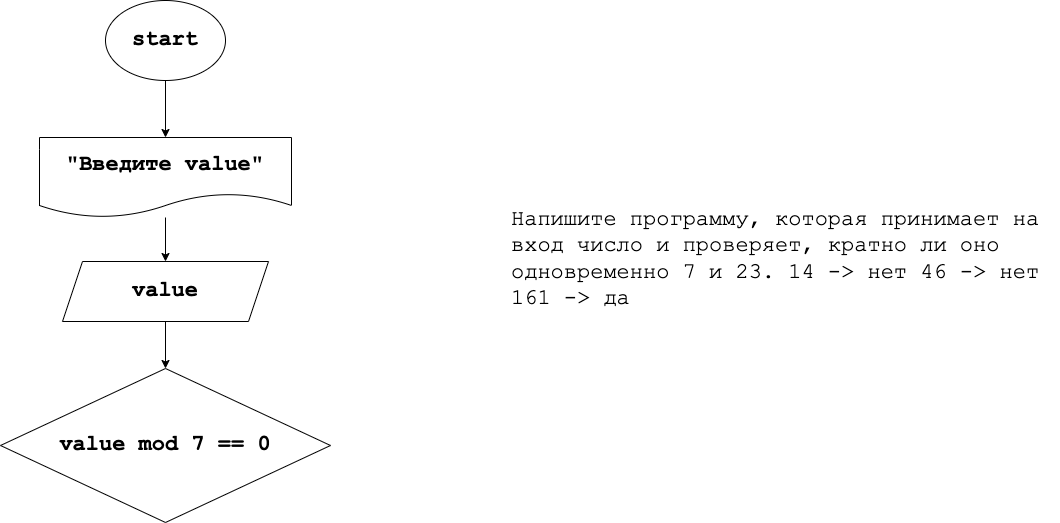
Earlier version of the draw.io export Ex003/diagram.drawio.png (JuliaSukhova/JoinJob). Source tidied: cells renumbered, new cells last; positions are measured from the earlier drawing's top-left corner, leaving out a move shared by most shapes.
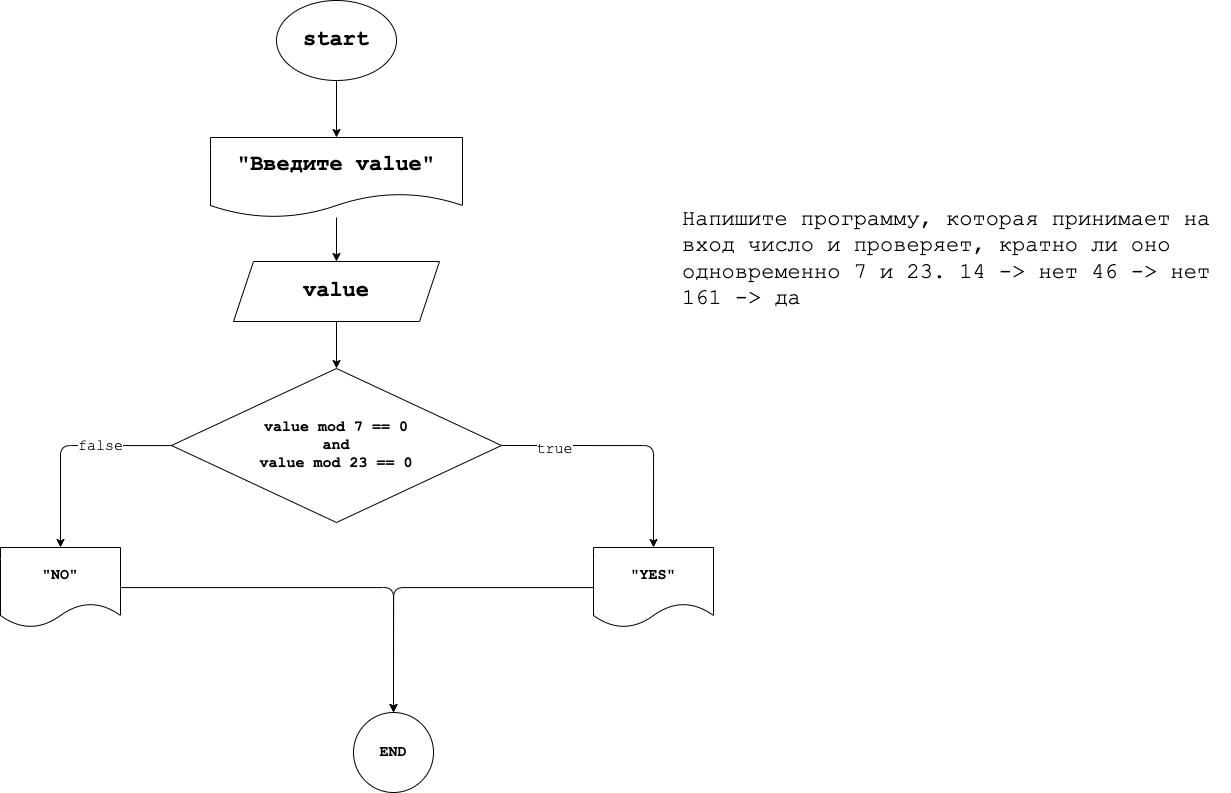
The same file after the commit.

Commit message:
Добавленл решение задачи №3

Change to the diagram source:
```diff
@@ -23,8 +23,35 @@
     <mxCell id="8" value="value" style="shape=parallelogram;perimeter=parallelogramPerimeter;whiteSpace=wrap;html=1;fixedSize=1;fontSize=22;fontFamily=Courier New;fontStyle=1;" parent="1" vertex="1">
       <mxGeometry x="62" y="261" width="206" height="60" as="geometry" />
     </mxCell>
+    <mxCell id="10" style="edgeStyle=orthogonalEdgeStyle;html=1;entryX=0.5;entryY=0;entryDx=0;entryDy=0;fontFamily=Courier New;fontSize=15;exitX=1;exitY=0.5;exitDx=0;exitDy=0;" parent="1" edge="1" source="9" target="15">
+      <mxGeometry relative="1" as="geometry" />
+    </mxCell>
+    <mxCell id="11" value="true" style="edgeLabel;html=1;align=center;verticalAlign=middle;fontSize=15;fontFamily=Courier New;" parent="10" vertex="1">
+      <mxGeometry x="-0.59" y="-3" relative="1" as="geometry" />
+    </mxCell>
+    <mxCell id="12" style="edgeStyle=orthogonalEdgeStyle;html=1;fontFamily=Courier New;fontSize=15;" parent="1" edge="1" source="9" target="17">
+      <mxGeometry relative="1" as="geometry" />
+    </mxCell>
+    <mxCell id="13" value="false" style="edgeLabel;html=1;align=center;verticalAlign=middle;fontSize=15;fontFamily=Courier New;" parent="12" vertex="1">
+      <mxGeometry x="-0.33" relative="1" as="geometry" />
+    </mxCell>
-    <mxCell id="9" value="value mod 7 == 0" style="rhombus;whiteSpace=wrap;html=1;fontSize=22;fontFamily=Courier New;fontStyle=1;" parent="1" vertex="1">
+    <mxCell id="9" value="value mod 7 == 0&lt;br style=&quot;font-size: 15px;&quot;&gt;and&lt;br style=&quot;font-size: 15px;&quot;&gt;value mod 23 == 0" style="rhombus;whiteSpace=wrap;html=1;fontSize=15;fontFamily=Courier New;fontStyle=1;" parent="1" vertex="1">
       <mxGeometry y="368" width="330" height="154" as="geometry" />
     </mxCell>
+    <mxCell id="14" style="edgeStyle=orthogonalEdgeStyle;html=1;fontFamily=Courier New;fontSize=15;" parent="1" edge="1" source="15" target="18">
+      <mxGeometry relative="1" as="geometry" />
+    </mxCell>
+    <mxCell id="15" value="&quot;YES&quot;" style="shape=document;whiteSpace=wrap;html=1;boundedLbl=1;fontSize=15;fontFamily=Courier New;fontStyle=1;" parent="1" vertex="1">
+      <mxGeometry x="422" y="547" width="120" height="80" as="geometry" />
+    </mxCell>
+    <mxCell id="16" style="edgeStyle=orthogonalEdgeStyle;html=1;fontFamily=Courier New;fontSize=15;" parent="1" edge="1" source="17" target="18">
+      <mxGeometry relative="1" as="geometry" />
+    </mxCell>
+    <mxCell id="17" value="&quot;NO&quot;" style="shape=document;whiteSpace=wrap;html=1;boundedLbl=1;fontSize=15;fontFamily=Courier New;fontStyle=1;" parent="1" vertex="1">
+      <mxGeometry x="-171" y="547" width="120" height="80" as="geometry" />
+    </mxCell>
+    <mxCell id="18" value="END" style="ellipse;whiteSpace=wrap;html=1;fontSize=15;fontFamily=Courier New;fontStyle=1;" parent="1" vertex="1">
+      <mxGeometry x="182" y="712" width="80" height="80" as="geometry" />
+    </mxCell>
   </root>
 </mxGraphModel>
```
